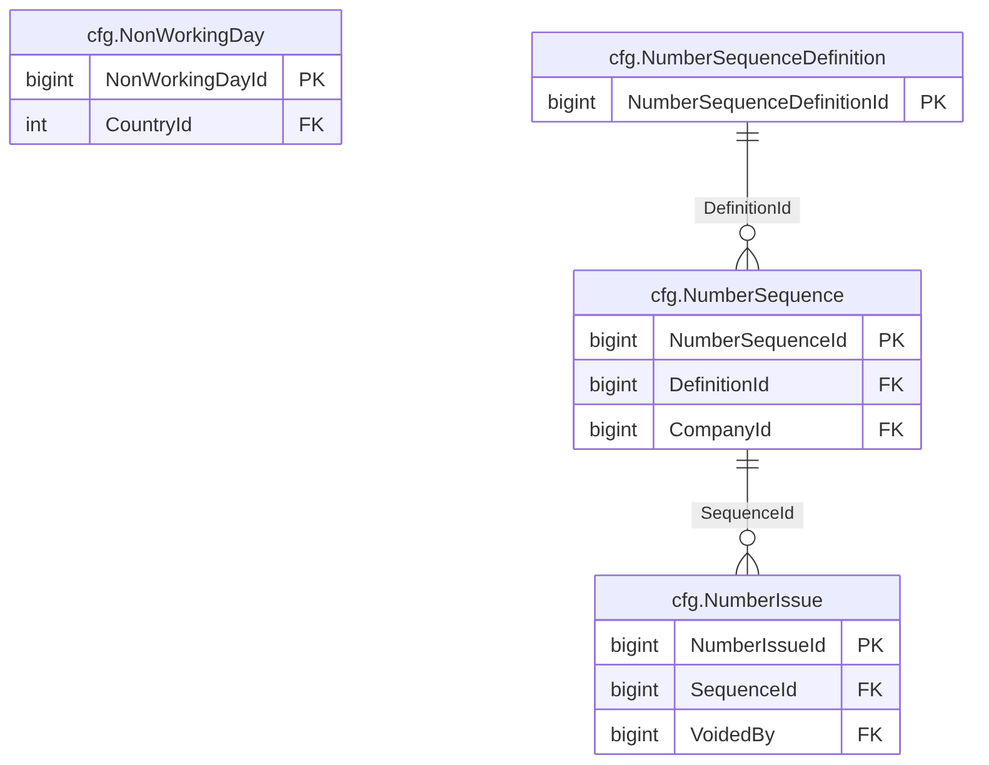
Before: treasury-platform/docs/diagrams/erd/m0_config_2.png, a diagram exported from Mermaid (thawrasy/smartlines). Its source is kept beside it as treasury-platform/docs/diagrams/erd/m0_config_2.mmd.
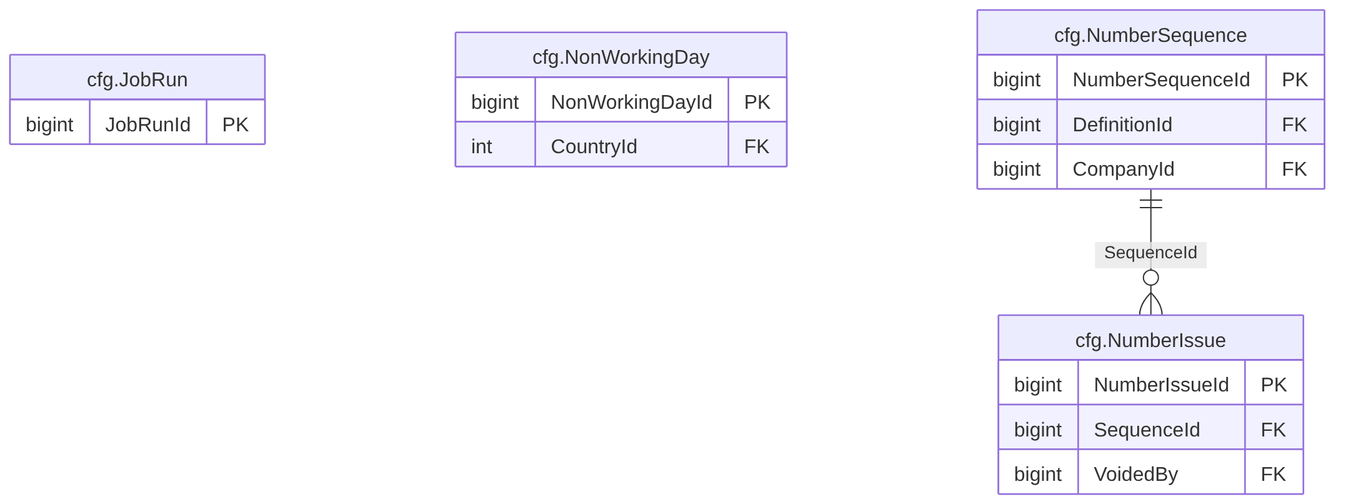
Above is the later version.

Diff of the diagram source:
```diff
@@ -1,4 +1,7 @@
 erDiagram
+  cfg_JobRun["cfg.JobRun"] {
+    bigint JobRunId PK
+  }
   cfg_NonWorkingDay["cfg.NonWorkingDay"] {
     bigint NonWorkingDayId PK
     int CountryId FK
@@ -13,8 +16,4 @@
     bigint DefinitionId FK
     bigint CompanyId FK
   }
-  cfg_NumberSequenceDefinition["cfg.NumberSequenceDefinition"] {
-    bigint NumberSequenceDefinitionId PK
-  }
   cfg_NumberSequence ||--o{ cfg_NumberIssue : "SequenceId"
-  cfg_NumberSequenceDefinition ||--o{ cfg_NumberSequence : "DefinitionId"
```
